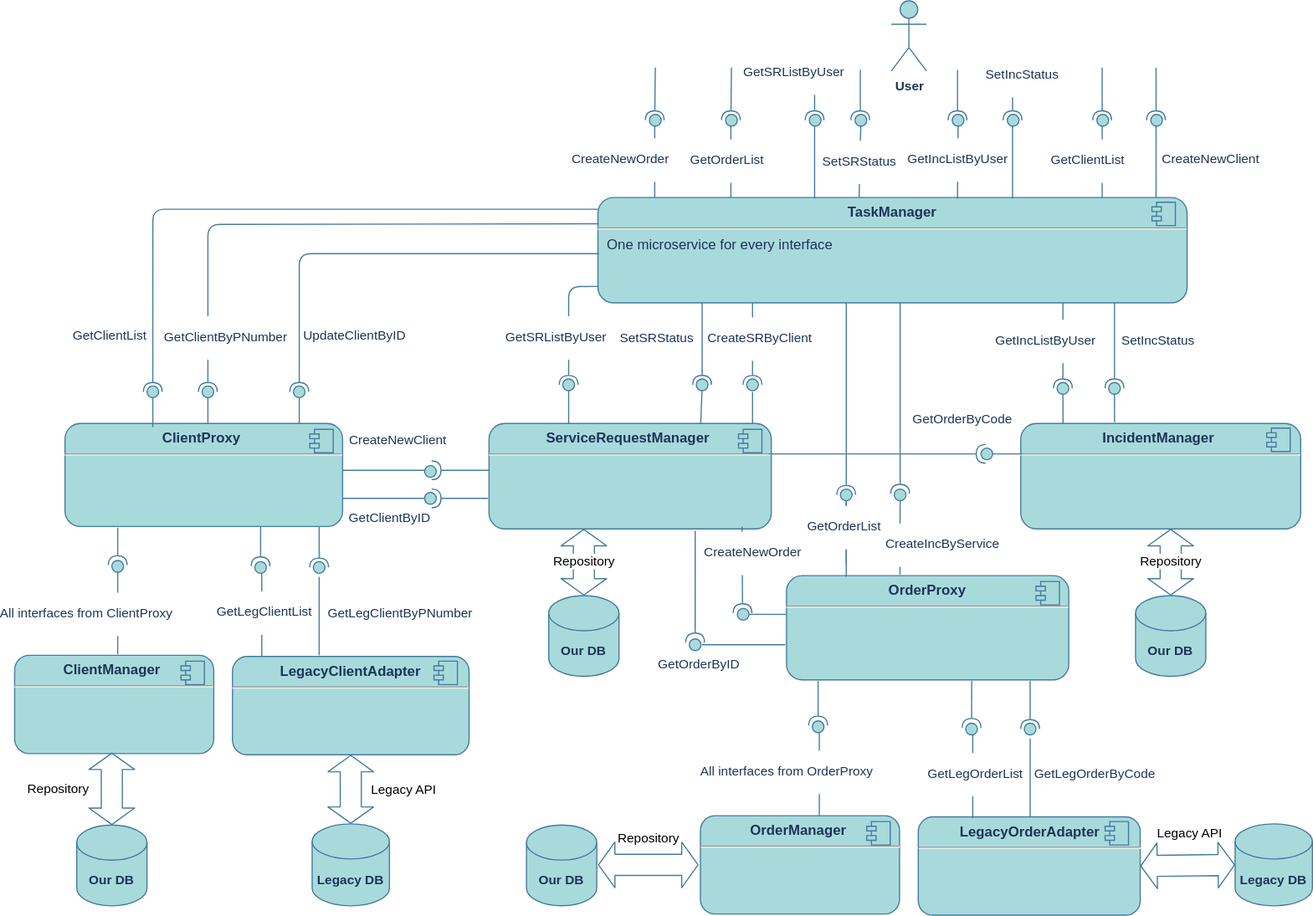
theotheo46/gb keeps this draw.io diagram as components.svg. Above is the earlier version. Source tidied: cells renumbered, new cells last; positions are measured from the earlier drawing's top-left corner, leaving out a move shared by most shapes.
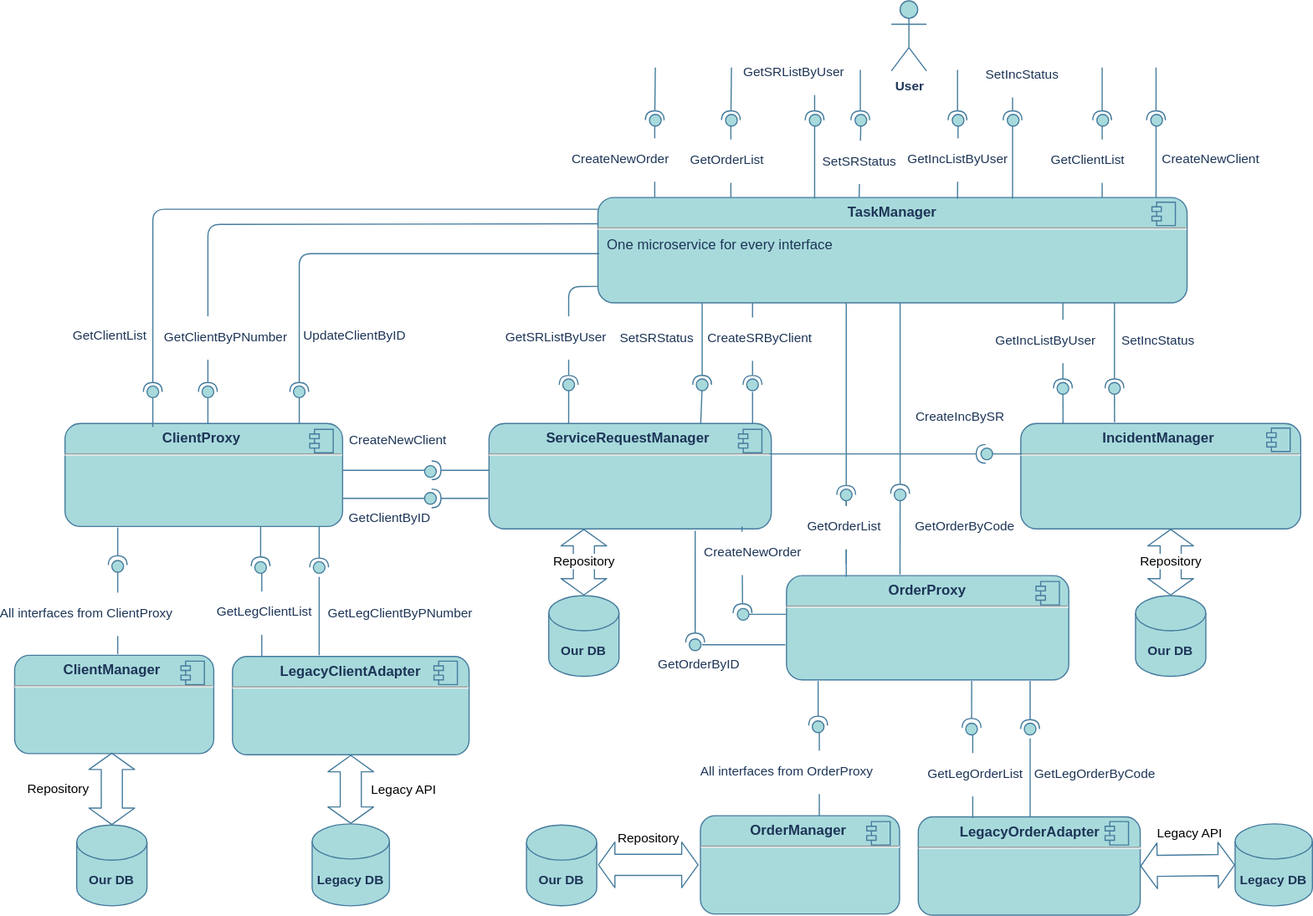
The same file after the commit.

Commit message:
domain model is fixed

Diff of the diagram source:
```diff
@@ -7,7 +7,7 @@
     </mxCell>
     <mxCell id="3" value="&lt;pre&gt;&lt;font face=&quot;Helvetica&quot;&gt;GetOrderByCode&lt;/font&gt;&lt;/pre&gt;" style="edgeLabel;html=1;align=center;verticalAlign=middle;fontSize=11;fontFamily=Helvetica;fontColor=#1D3557;rounded=1;labelBackgroundColor=#FFFFFF;" parent="2" vertex="1">
       <mxGeometry x="0.44" y="-3" relative="1" as="geometry">
-        <mxPoint x="50" y="-88" as="offset" />
+        <mxPoint x="52" y="4" as="offset" />
       </mxGeometry>
     </mxCell>
     <mxCell id="4" style="orthogonalLoop=1;jettySize=auto;html=1;endArrow=halfCircle;endFill=0;endSize=6;strokeWidth=1;strokeColor=#457B9D;fontColor=#1D3557;labelBackgroundColor=#F1FAEE;" parent="1" edge="1">
@@ -144,9 +144,9 @@
         <mxPoint x="832" y="387" as="targetPoint" />
       </mxGeometry>
     </mxCell>
-    <mxCell id="29" value="&lt;pre&gt;&lt;font face=&quot;Helvetica&quot;&gt;CreateIncByService&lt;/font&gt;&lt;/pre&gt;" style="edgeLabel;html=1;align=center;verticalAlign=middle;fontColor=#1D3557;rounded=1;labelBackgroundColor=#FFFFFF;" parent="28" vertex="1">
+    <mxCell id="29" value="&lt;pre&gt;&lt;font face=&quot;Helvetica&quot;&gt;CreateIncBySR&lt;/font&gt;&lt;/pre&gt;" style="edgeLabel;html=1;align=center;verticalAlign=middle;fontColor=#1D3557;rounded=1;labelBackgroundColor=#FFFFFF;" parent="28" vertex="1">
       <mxGeometry x="0.29" y="1" relative="1" as="geometry">
-        <mxPoint x="-51" y="76" as="offset" />
+        <mxPoint x="-36" y="-33" as="offset" />
       </mxGeometry>
     </mxCell>
     <mxCell id="30" value="&lt;b&gt;Legacy DB&lt;/b&gt;" style="shape=cylinder3;whiteSpace=wrap;html=1;boundedLbl=1;backgroundOutline=1;size=15;fontFamily=Helvetica;fontSize=11;fillColor=#A8DADC;strokeColor=#457B9D;fontColor=#1D3557;rounded=1;" parent="1" vertex="1">
```
